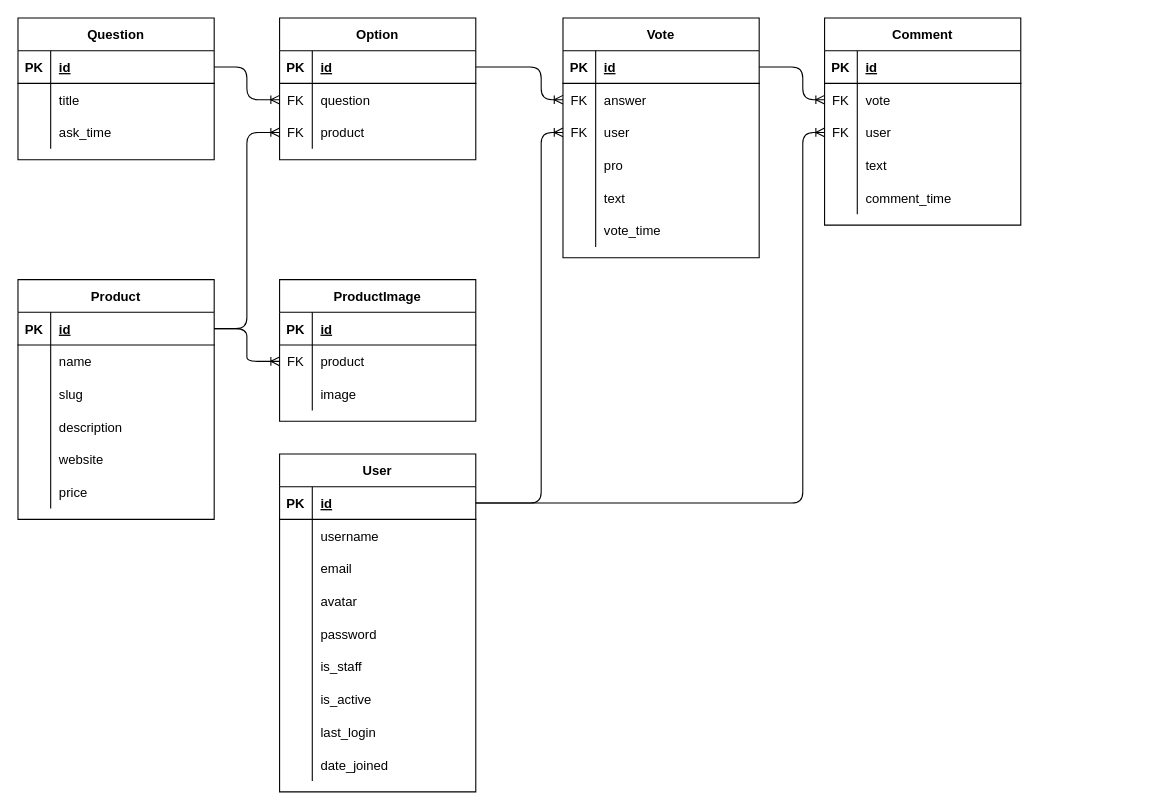
Before: api/db.dio in Egor4ik325/rankrise, a draw.io diagram. Source tidied: cells renumbered, new cells numbered last; positions are measured from the earlier drawing's top-left corner, leaving out a move shared by most shapes. Both pictures are drawn from the tidied source at 109%, with x=0, y=0 at pixel (17, 17).
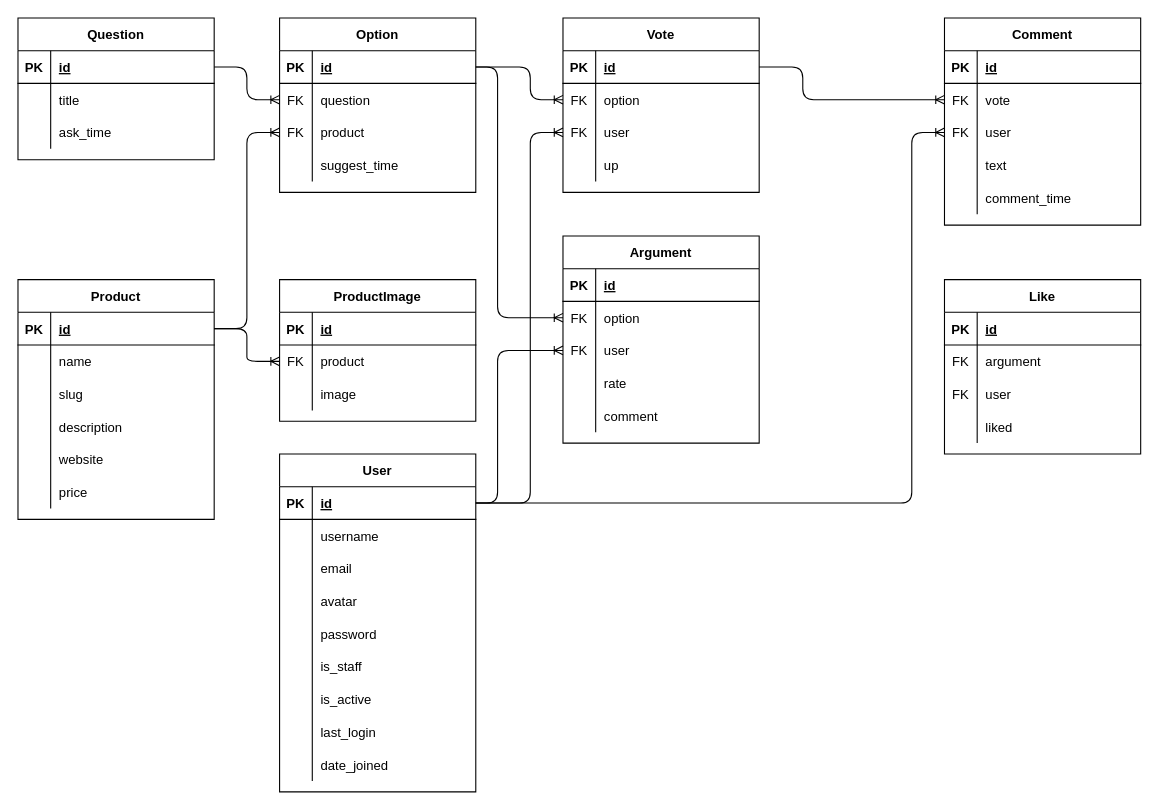
The same page after the edit.

The change refers to these unchanged cells:
```xml
<mxCell id="3" style="shape=partialRectangle;fillColor=none;top=0;left=0;bottom=1;right=0;points=[[0,0.5],[1,0.5]];portConstraint=eastwest;" parent="2" vertex="1">
  <mxGeometry y="30" width="180" height="30" as="geometry" />
</mxCell>
<mxCell id="50" style="shape=partialRectangle;fillColor=none;top=0;left=0;bottom=1;right=0;points=[[0,0.5],[1,0.5]];portConstraint=eastwest;" parent="49" vertex="1">
  <mxGeometry y="30" width="180" height="30" as="geometry" />
</mxCell>
<mxCell id="73" style="shape=partialRectangle;fillColor=none;top=0;left=0;bottom=0;right=0;points=[[0,0.5],[1,0.5]];portConstraint=eastwest;" parent="69" vertex="1">
  <mxGeometry y="60" width="180" height="30" as="geometry" />
</mxCell>
<mxCell id="76" style="shape=partialRectangle;fillColor=none;top=0;left=0;bottom=0;right=0;points=[[0,0.5],[1,0.5]];portConstraint=eastwest;" parent="69" vertex="1">
  <mxGeometry y="90" width="180" height="30" as="geometry" />
</mxCell>
<mxCell id="79" style="shape=partialRectangle;fillColor=none;top=0;left=0;bottom=0;right=0;" parent="69" vertex="1">
  <mxGeometry y="120" width="180" height="30" as="geometry" />
</mxCell>
<mxCell id="95" style="shape=partialRectangle;fillColor=none;top=0;left=0;bottom=0;right=0;points=[[0,0.5],[1,0.5]];portConstraint=eastwest;" parent="88" vertex="1">
  <mxGeometry y="90" width="180" height="30" as="geometry" />
</mxCell>
```

What changed in the source:
```diff
@@
     <mxCell id="49" value="Option" style="shape=table;startSize=30;childLayout=tableLayout;rowLines=0;fontStyle=1;align=center;" parent="1" vertex="1">
-      <mxGeometry x="240" width="180" height="130" as="geometry" />
+      <mxGeometry x="240" width="180" height="160" as="geometry" />
     </mxCell>
@@
+    <mxCell id="121" style="shape=partialRectangle;fillColor=none;top=0;left=0;bottom=0;right=0;" parent="49" vertex="1">
+      <mxGeometry y="120" width="180" height="30" as="geometry" />
+    </mxCell>
+    <mxCell id="122" style="shape=partialRectangle;fillColor=none;top=0;left=0;bottom=0;right=0;overflow=hidden;" parent="121" vertex="1">
+      <mxGeometry width="30" height="30" as="geometry" />
+    </mxCell>
+    <mxCell id="123" value="suggest_time" style="shape=partialRectangle;fillColor=none;top=0;left=0;bottom=0;right=0;align=left;spacingLeft=6;overflow=hidden;" parent="121" vertex="1">
+      <mxGeometry x="30" width="150" height="30" as="geometry" />
+    </mxCell>
@@
     <mxCell id="69" value="Vote" style="shape=table;startSize=30;childLayout=tableLayout;rowLines=0;fontStyle=1;align=center;" parent="1" vertex="1">
-      <mxGeometry x="500" width="180" height="220" as="geometry" />
+      <mxGeometry x="500" width="180" height="160" as="geometry" />
     </mxCell>
@@
-    <mxCell id="75" value="answer" style="shape=partialRectangle;fillColor=none;top=0;left=0;bottom=0;right=0;align=left;spacingLeft=6;overflow=hidden;" parent="73" vertex="1">
+    <mxCell id="75" value="option" style="shape=partialRectangle;fillColor=none;top=0;left=0;bottom=0;right=0;align=left;spacingLeft=6;overflow=hidden;" parent="73" vertex="1">
       <mxGeometry x="30" width="150" height="30" as="geometry" />
     </mxCell>
@@
-    <mxCell id="81" value="pro" style="shape=partialRectangle;fillColor=none;top=0;left=0;bottom=0;right=0;align=left;spacingLeft=6;overflow=hidden;" parent="79" vertex="1">
+    <mxCell id="81" value="up" style="shape=partialRectangle;fillColor=none;top=0;left=0;bottom=0;right=0;align=left;spacingLeft=6;overflow=hidden;" parent="79" vertex="1">
       <mxGeometry x="30" width="150" height="30" as="geometry" />
     </mxCell>
-    <mxCell id="82" style="shape=partialRectangle;fillColor=none;top=0;left=0;bottom=0;right=0;" parent="69" vertex="1">
-      <mxGeometry y="150" width="180" height="30" as="geometry" />
-    </mxCell>
-    <mxCell id="83" style="shape=partialRectangle;fillColor=none;top=0;left=0;bottom=0;right=0;overflow=hidden;" parent="82" vertex="1">
-      <mxGeometry width="30" height="30" as="geometry" />
-    </mxCell>
-    <mxCell id="84" value="text" style="shape=partialRectangle;fillColor=none;top=0;left=0;bottom=0;right=0;align=left;spacingLeft=6;overflow=hidden;" parent="82" vertex="1">
-      <mxGeometry x="30" width="150" height="30" as="geometry" />
-    </mxCell>
-    <mxCell id="85" style="shape=partialRectangle;fillColor=none;top=0;left=0;bottom=0;right=0;" parent="69" vertex="1">
-      <mxGeometry y="180" width="180" height="30" as="geometry" />
-    </mxCell>
-    <mxCell id="86" style="shape=partialRectangle;fillColor=none;top=0;left=0;bottom=0;right=0;overflow=hidden;" parent="85" vertex="1">
-      <mxGeometry width="30" height="30" as="geometry" />
-    </mxCell>
-    <mxCell id="87" value="vote_time" style="shape=partialRectangle;fillColor=none;top=0;left=0;bottom=0;right=0;align=left;spacingLeft=6;overflow=hidden;" parent="85" vertex="1">
-      <mxGeometry x="30" width="150" height="30" as="geometry" />
-    </mxCell>
     <mxCell id="88" value="Comment" style="shape=table;startSize=30;childLayout=tableLayout;rowLines=0;fontStyle=1;align=center;" parent="1" vertex="1">
-      <mxGeometry x="740" width="180" height="190" as="geometry" />
+      <mxGeometry x="850" width="180" height="190" as="geometry" />
     </mxCell>
@@
     <mxCell id="106" style="edgeStyle=orthogonalEdgeStyle;fontSize=12;html=1;endArrow=ERoneToMany;entryX=0;entryY=0.5;entryDx=0;entryDy=0;exitX=1;exitY=0.5;exitDx=0;exitDy=0;" parent="1" edge="1" source="3" target="76">
       <mxGeometry relative="1" as="geometry">
         <Array as="points">
-          <mxPoint x="480" y="445" />
-          <mxPoint x="480" y="105" />
+          <mxPoint x="470" y="445" />
+          <mxPoint x="470" y="105" />
         </Array>
       </mxGeometry>
     </mxCell>
     <mxCell id="107" style="edgeStyle=orthogonalEdgeStyle;fontSize=12;html=1;endArrow=ERoneToMany;entryX=0;entryY=0.5;entryDx=0;entryDy=0;exitX=1;exitY=0.5;exitDx=0;exitDy=0;" parent="1" edge="1" source="50" target="73">
       <mxGeometry relative="1" as="geometry">
         <Array as="points">
-          <mxPoint x="480" y="45" />
-          <mxPoint x="480" y="75" />
+          <mxPoint x="470" y="45" />
+          <mxPoint x="470" y="75" />
         </Array>
       </mxGeometry>
     </mxCell>
@@
     <mxCell id="109" style="edgeStyle=orthogonalEdgeStyle;fontSize=12;html=1;endArrow=ERoneToMany;entryX=0;entryY=0.5;entryDx=0;entryDy=0;exitX=1;exitY=0.5;exitDx=0;exitDy=0;" parent="1" edge="1" source="3" target="95">
       <mxGeometry relative="1" as="geometry">
         <Array as="points">
-          <mxPoint x="720" y="445" />
-          <mxPoint x="720" y="105" />
+          <mxPoint x="820" y="445" />
+          <mxPoint x="820" y="105" />
         </Array>
       </mxGeometry>
     </mxCell>
@@
+    <mxCell id="124" value="Argument" style="shape=table;startSize=30;childLayout=tableLayout;rowLines=0;fontStyle=1;align=center;" parent="1" vertex="1">
+      <mxGeometry x="500" y="200" width="180" height="190" as="geometry" />
+    </mxCell>
+    <mxCell id="125" style="shape=partialRectangle;fillColor=none;top=0;left=0;bottom=1;right=0;" parent="124" vertex="1">
+      <mxGeometry y="30" width="180" height="30" as="geometry" />
+    </mxCell>
+    <mxCell id="126" value="PK" style="shape=partialRectangle;fillColor=none;top=0;left=0;bottom=0;right=0;fontStyle=1;overflow=hidden;" parent="125" vertex="1">
+      <mxGeometry width="30" height="30" as="geometry" />
+    </mxCell>
+    <mxCell id="127" value="id" style="shape=partialRectangle;fillColor=none;top=0;left=0;bottom=0;right=0;align=left;spacingLeft=6;fontStyle=5;overflow=hidden;" parent="125" vertex="1">
+      <mxGeometry x="30" width="150" height="30" as="geometry" />
+    </mxCell>
+    <mxCell id="128" style="shape=partialRectangle;fillColor=none;top=0;left=0;bottom=0;right=0;points=[[0,0.5],[1,0.5]];portConstraint=eastwest;" parent="124" vertex="1">
+      <mxGeometry y="60" width="180" height="30" as="geometry" />
+    </mxCell>
+    <mxCell id="129" value="FK" style="shape=partialRectangle;fillColor=none;top=0;left=0;bottom=0;right=0;overflow=hidden;" parent="128" vertex="1">
+      <mxGeometry width="30" height="30" as="geometry" />
+    </mxCell>
+    <mxCell id="130" value="option" style="shape=partialRectangle;fillColor=none;top=0;left=0;bottom=0;right=0;align=left;spacingLeft=6;overflow=hidden;" parent="128" vertex="1">
+      <mxGeometry x="30" width="150" height="30" as="geometry" />
+    </mxCell>
+    <mxCell id="131" style="shape=partialRectangle;fillColor=none;top=0;left=0;bottom=0;right=0;points=[[0,0.5],[1,0.5]];portConstraint=eastwest;" parent="124" vertex="1">
+      <mxGeometry y="90" width="180" height="30" as="geometry" />
+    </mxCell>
+    <mxCell id="132" value="FK" style="shape=partialRectangle;fillColor=none;top=0;left=0;bottom=0;right=0;overflow=hidden;" parent="131" vertex="1">
+      <mxGeometry width="30" height="30" as="geometry" />
+    </mxCell>
+    <mxCell id="133" value="user" style="shape=partialRectangle;fillColor=none;top=0;left=0;bottom=0;right=0;align=left;spacingLeft=6;overflow=hidden;" parent="131" vertex="1">
+      <mxGeometry x="30" width="150" height="30" as="geometry" />
+    </mxCell>
+    <mxCell id="134" style="shape=partialRectangle;fillColor=none;top=0;left=0;bottom=0;right=0;" parent="124" vertex="1">
+      <mxGeometry y="120" width="180" height="30" as="geometry" />
+    </mxCell>
+    <mxCell id="135" style="shape=partialRectangle;fillColor=none;top=0;left=0;bottom=0;right=0;overflow=hidden;" parent="134" vertex="1">
+      <mxGeometry width="30" height="30" as="geometry" />
+    </mxCell>
+    <mxCell id="136" value="rate" style="shape=partialRectangle;fillColor=none;top=0;left=0;bottom=0;right=0;align=left;spacingLeft=6;overflow=hidden;" parent="134" vertex="1">
+      <mxGeometry x="30" width="150" height="30" as="geometry" />
+    </mxCell>
+    <mxCell id="82" style="shape=partialRectangle;fillColor=none;top=0;left=0;bottom=0;right=0;" parent="124" vertex="1">
+      <mxGeometry y="150" width="180" height="30" as="geometry" />
+    </mxCell>
+    <mxCell id="137" style="shape=partialRectangle;fillColor=none;top=0;left=0;bottom=0;right=0;overflow=hidden;" parent="82" vertex="1">
+      <mxGeometry width="30" height="30" as="geometry" />
+    </mxCell>
+    <mxCell id="138" value="comment" style="shape=partialRectangle;fillColor=none;top=0;left=0;bottom=0;right=0;align=left;spacingLeft=6;overflow=hidden;" parent="82" vertex="1">
+      <mxGeometry x="30" width="150" height="30" as="geometry" />
+    </mxCell>
+    <mxCell id="139" style="edgeStyle=orthogonalEdgeStyle;fontSize=12;html=1;endArrow=ERoneToMany;entryX=0;entryY=0.5;entryDx=0;entryDy=0;exitX=1;exitY=0.5;exitDx=0;exitDy=0;" parent="1" edge="1" source="50" target="128">
+      <mxGeometry relative="1" as="geometry">
+        <Array as="points">
+          <mxPoint x="440" y="45" />
+          <mxPoint x="440" y="275" />
+        </Array>
+      </mxGeometry>
+    </mxCell>
+    <mxCell id="140" style="edgeStyle=orthogonalEdgeStyle;fontSize=12;html=1;endArrow=ERoneToMany;entryX=0;entryY=0.5;entryDx=0;entryDy=0;exitX=1;exitY=0.5;exitDx=0;exitDy=0;" parent="1" edge="1" source="3" target="131">
+      <mxGeometry relative="1" as="geometry">
+        <Array as="points">
+          <mxPoint x="440" y="445" />
+          <mxPoint x="440" y="305" />
+        </Array>
+      </mxGeometry>
+    </mxCell>
+    <mxCell id="141" value="Like" style="shape=table;startSize=30;childLayout=tableLayout;rowLines=0;fontStyle=1;align=center;" parent="1" vertex="1">
+      <mxGeometry x="850" y="240" width="180" height="160" as="geometry" />
+    </mxCell>
+    <mxCell id="142" style="shape=partialRectangle;fillColor=none;top=0;left=0;bottom=1;right=0;" parent="141" vertex="1">
+      <mxGeometry y="30" width="180" height="30" as="geometry" />
+    </mxCell>
+    <mxCell id="143" value="PK" style="shape=partialRectangle;fillColor=none;top=0;left=0;bottom=0;right=0;fontStyle=1;overflow=hidden;" parent="142" vertex="1">
+      <mxGeometry width="30" height="30" as="geometry" />
+    </mxCell>
+    <mxCell id="144" value="id" style="shape=partialRectangle;fillColor=none;top=0;left=0;bottom=0;right=0;align=left;spacingLeft=6;fontStyle=5;overflow=hidden;" parent="142" vertex="1">
+      <mxGeometry x="30" width="150" height="30" as="geometry" />
+    </mxCell>
+    <mxCell id="145" style="shape=partialRectangle;fillColor=none;top=0;left=0;bottom=0;right=0;" parent="141" vertex="1">
+      <mxGeometry y="60" width="180" height="30" as="geometry" />
+    </mxCell>
+    <mxCell id="146" value="FK" style="shape=partialRectangle;fillColor=none;top=0;left=0;bottom=0;right=0;overflow=hidden;" parent="145" vertex="1">
+      <mxGeometry width="30" height="30" as="geometry" />
+    </mxCell>
+    <mxCell id="147" value="argument" style="shape=partialRectangle;fillColor=none;top=0;left=0;bottom=0;right=0;align=left;spacingLeft=6;overflow=hidden;" parent="145" vertex="1">
+      <mxGeometry x="30" width="150" height="30" as="geometry" />
+    </mxCell>
+    <mxCell id="148" style="shape=partialRectangle;fillColor=none;top=0;left=0;bottom=0;right=0;" parent="141" vertex="1">
+      <mxGeometry y="90" width="180" height="30" as="geometry" />
+    </mxCell>
+    <mxCell id="149" value="FK" style="shape=partialRectangle;fillColor=none;top=0;left=0;bottom=0;right=0;overflow=hidden;" parent="148" vertex="1">
+      <mxGeometry width="30" height="30" as="geometry" />
+    </mxCell>
+    <mxCell id="150" value="user" style="shape=partialRectangle;fillColor=none;top=0;left=0;bottom=0;right=0;align=left;spacingLeft=6;overflow=hidden;" parent="148" vertex="1">
+      <mxGeometry x="30" width="150" height="30" as="geometry" />
+    </mxCell>
+    <mxCell id="151" style="shape=partialRectangle;fillColor=none;top=0;left=0;bottom=0;right=0;" parent="141" vertex="1">
+      <mxGeometry y="120" width="180" height="30" as="geometry" />
+    </mxCell>
+    <mxCell id="152" style="shape=partialRectangle;fillColor=none;top=0;left=0;bottom=0;right=0;overflow=hidden;" parent="151" vertex="1">
+      <mxGeometry width="30" height="30" as="geometry" />
+    </mxCell>
+    <mxCell id="153" value="liked" style="shape=partialRectangle;fillColor=none;top=0;left=0;bottom=0;right=0;align=left;spacingLeft=6;overflow=hidden;" parent="151" vertex="1">
+      <mxGeometry x="30" width="150" height="30" as="geometry" />
+    </mxCell>
```
